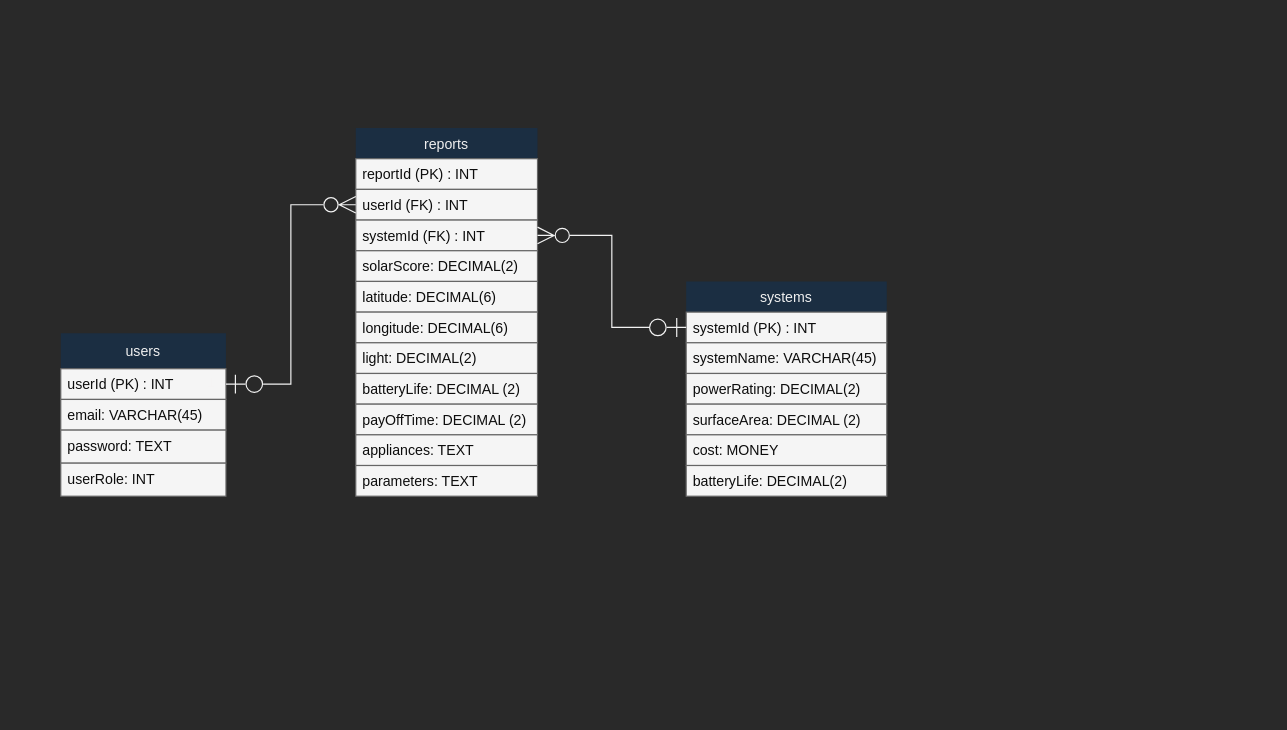
COS301-SE-2023/Blue-Skies keeps this draw.io diagram as docs/database/uml.drawio. Above is the earlier version. Source tidied: cells renumbered, new cells numbered last; positions are measured from the earlier drawing's top-left corner, leaving out a move shared by most shapes. Both pictures are drawn from the tidied source at 118%, with x=0, y=0 at pixel (60, 127).
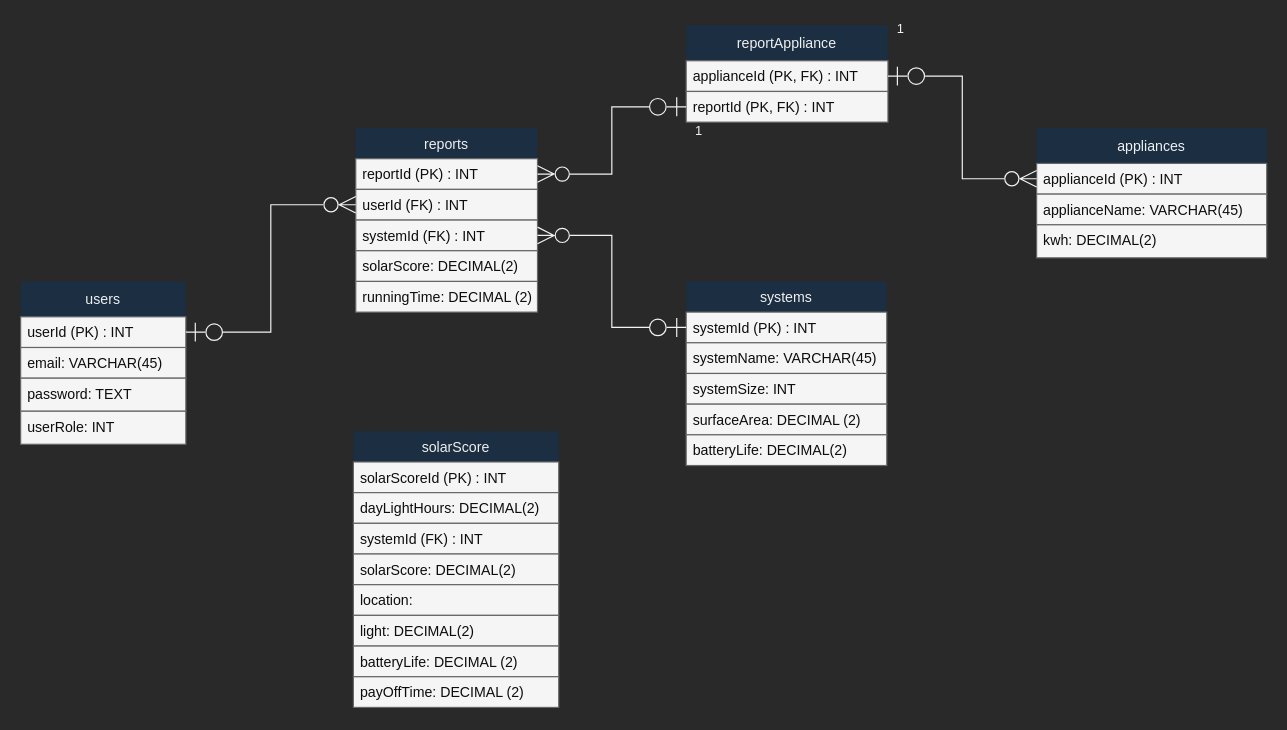
Above is the later version.

The change refers to these unchanged cells:
```xml
<mxCell id="15" value="reportId (PK) : INT" style="text;strokeColor=#666666;fillColor=#f5f5f5;align=left;verticalAlign=top;spacingLeft=4;spacingRight=4;overflow=hidden;points=[[0,0.5],[1,0.5]];portConstraint=eastwest;gradientColor=none;fontColor=#0d0d0d;rounded=0;" parent="14" vertex="1">
  <mxGeometry y="26" width="154" height="26" as="geometry" />
</mxCell>
```

What changed in the source:
```diff
@@
     <mxCell id="2" value="users" style="swimlane;fontStyle=0;horizontal=1;startSize=30;fillColor=#1B2E42;gradientColor=none;strokeColor=none;rounded=0;fontColor=#F0F0F0;" parent="1" vertex="1">
-      <mxGeometry y="174" width="140" height="138" as="geometry" />
+      <mxGeometry x="-34" y="130" width="140" height="138" as="geometry" />
     </mxCell>
@@
     <mxCell id="7" value="systems" style="swimlane;fontStyle=0;horizontal=1;startSize=26;fillColor=#1B2E42;gradientColor=none;strokeColor=none;rounded=0;fontColor=#F0F0F0;" parent="1" vertex="1">
-      <mxGeometry x="530" y="130" width="170" height="182" as="geometry" />
+      <mxGeometry x="530" y="130" width="170" height="156" as="geometry" />
     </mxCell>
@@
-    <mxCell id="10" value="powerRating: DECIMAL(2)" style="text;strokeColor=#666666;fillColor=#f5f5f5;align=left;verticalAlign=top;spacingLeft=4;spacingRight=4;overflow=hidden;gradientColor=none;fontColor=#0d0d0d;rounded=0;" parent="7" vertex="1">
+    <mxCell id="10" value="systemSize: INT" style="text;strokeColor=#666666;fillColor=#f5f5f5;align=left;verticalAlign=top;spacingLeft=4;spacingRight=4;overflow=hidden;gradientColor=none;fontColor=#0d0d0d;rounded=0;" parent="7" vertex="1">
       <mxGeometry y="78" width="170" height="26" as="geometry" />
     </mxCell>
@@
-    <mxCell id="12" value="cost: MONEY" style="text;strokeColor=#666666;fillColor=#f5f5f5;align=left;verticalAlign=top;spacingLeft=4;spacingRight=4;overflow=hidden;gradientColor=none;fontColor=#0d0d0d;rounded=0;" parent="7" vertex="1">
-      <mxGeometry y="130" width="170" height="26" as="geometry" />
-    </mxCell>
     <mxCell id="13" value="batteryLife: DECIMAL(2)" style="text;strokeColor=#666666;fillColor=#f5f5f5;align=left;verticalAlign=top;spacingLeft=4;spacingRight=4;overflow=hidden;gradientColor=none;fontColor=#0d0d0d;rounded=0;" parent="7" vertex="1">
-      <mxGeometry y="156" width="170" height="26" as="geometry" />
+      <mxGeometry y="130" width="170" height="26" as="geometry" />
     </mxCell>
     <mxCell id="14" value="reports" style="swimlane;fontStyle=0;horizontal=1;startSize=26;fillColor=#1B2E42;gradientColor=none;strokeColor=none;rounded=0;fontColor=#F0F0F0;" parent="1" vertex="1">
-      <mxGeometry x="250" width="154" height="312" as="geometry" />
+      <mxGeometry x="250" width="154" height="156" as="geometry" />
     </mxCell>
@@
-    <mxCell id="19" value="latitude: DECIMAL(6)" style="text;strokeColor=#666666;fillColor=#f5f5f5;align=left;verticalAlign=top;spacingLeft=4;spacingRight=4;overflow=hidden;gradientColor=none;fontColor=#0d0d0d;rounded=0;" parent="14" vertex="1">
-      <mxGeometry y="130" width="154" height="26" as="geometry" />
-    </mxCell>
-    <mxCell id="20" value="longitude: DECIMAL(6)" style="text;strokeColor=#666666;fillColor=#f5f5f5;align=left;verticalAlign=top;spacingLeft=4;spacingRight=4;overflow=hidden;gradientColor=none;fontColor=#0d0d0d;rounded=0;" parent="14" vertex="1">
-      <mxGeometry y="156" width="154" height="26" as="geometry" />
-    </mxCell>
-    <mxCell id="21" value="light: DECIMAL(2)" style="text;strokeColor=#666666;fillColor=#f5f5f5;align=left;verticalAlign=top;spacingLeft=4;spacingRight=4;overflow=hidden;gradientColor=none;fontColor=#0d0d0d;rounded=0;" parent="14" vertex="1">
-      <mxGeometry y="182" width="154" height="26" as="geometry" />
-    </mxCell>
-    <mxCell id="22" value="batteryLife: DECIMAL (2)" style="text;strokeColor=#666666;fillColor=#f5f5f5;align=left;verticalAlign=top;spacingLeft=4;spacingRight=4;overflow=hidden;gradientColor=none;fontColor=#0d0d0d;rounded=0;" parent="14" vertex="1">
-      <mxGeometry y="208" width="154" height="26" as="geometry" />
+    <mxCell id="22" value="runningTime: DECIMAL (2)" style="text;strokeColor=#666666;fillColor=#f5f5f5;align=left;verticalAlign=top;spacingLeft=4;spacingRight=4;overflow=hidden;gradientColor=none;fontColor=#0d0d0d;rounded=0;" parent="14" vertex="1">
+      <mxGeometry y="130" width="154" height="26" as="geometry" />
     </mxCell>
-    <mxCell id="23" value="payOffTime: DECIMAL (2)" style="text;strokeColor=#666666;fillColor=#f5f5f5;align=left;verticalAlign=top;spacingLeft=4;spacingRight=4;overflow=hidden;gradientColor=none;fontColor=#0d0d0d;rounded=0;" parent="14" vertex="1">
-      <mxGeometry y="234" width="154" height="26" as="geometry" />
-    </mxCell>
-    <mxCell id="24" value="appliances: TEXT" style="text;strokeColor=#666666;fillColor=#f5f5f5;align=left;verticalAlign=top;spacingLeft=4;spacingRight=4;overflow=hidden;gradientColor=none;fontColor=#0d0d0d;rounded=0;" parent="14" vertex="1">
-      <mxGeometry y="260" width="154" height="26" as="geometry" />
-    </mxCell>
-    <mxCell id="25" value="parameters: TEXT" style="text;strokeColor=#666666;fillColor=#f5f5f5;align=left;verticalAlign=top;spacingLeft=4;spacingRight=4;overflow=hidden;gradientColor=none;fontColor=#0d0d0d;rounded=0;" parent="14" vertex="1">
-      <mxGeometry y="286" width="154" height="26" as="geometry" />
-    </mxCell>
@@
+    <mxCell id="28" value="appliances" style="swimlane;fontStyle=0;horizontal=1;startSize=30;fillColor=#1B2E42;gradientColor=none;strokeColor=none;rounded=0;fontColor=#F0F0F0;" parent="1" vertex="1">
+      <mxGeometry x="827" width="195" height="110" as="geometry" />
+    </mxCell>
+    <mxCell id="29" value="applianceId (PK) : INT" style="text;strokeColor=#666666;fillColor=#f5f5f5;align=left;verticalAlign=top;spacingLeft=4;spacingRight=4;overflow=hidden;points=[[0,0.5],[1,0.5]];portConstraint=eastwest;gradientColor=none;fontColor=#0d0d0d;rounded=0;" parent="28" vertex="1">
+      <mxGeometry y="30" width="195" height="26" as="geometry" />
+    </mxCell>
+    <mxCell id="30" value="applianceName: VARCHAR(45)" style="text;strokeColor=#666666;fillColor=#f5f5f5;align=left;verticalAlign=top;spacingLeft=4;spacingRight=4;overflow=hidden;gradientColor=none;fontColor=#0d0d0d;rounded=0;" parent="28" vertex="1">
+      <mxGeometry y="56" width="195" height="26" as="geometry" />
+    </mxCell>
+    <mxCell id="31" value="kwh: DECIMAL(2)" style="text;strokeColor=#666666;fillColor=#f5f5f5;align=left;verticalAlign=top;spacingLeft=4;spacingRight=4;overflow=hidden;gradientColor=none;fontColor=#0d0d0d;rounded=0;" parent="28" vertex="1">
+      <mxGeometry y="82" width="195" height="28" as="geometry" />
+    </mxCell>
+    <mxCell id="32" value="reportAppliance" style="swimlane;fontStyle=0;horizontal=1;startSize=30;fillColor=#1B2E42;gradientColor=none;strokeColor=none;rounded=0;fontColor=#F0F0F0;" parent="1" vertex="1">
+      <mxGeometry x="530" y="-87" width="171" height="82" as="geometry" />
+    </mxCell>
+    <mxCell id="33" value="applianceId (PK, FK) : INT" style="text;strokeColor=#666666;fillColor=#f5f5f5;align=left;verticalAlign=top;spacingLeft=4;spacingRight=4;overflow=hidden;points=[[0,0.5],[1,0.5]];portConstraint=eastwest;gradientColor=none;fontColor=#0d0d0d;rounded=0;" parent="32" vertex="1">
+      <mxGeometry y="30" width="171" height="26" as="geometry" />
+    </mxCell>
+    <mxCell id="34" value="reportId (PK, FK) : INT" style="text;strokeColor=#666666;fillColor=#f5f5f5;align=left;verticalAlign=top;spacingLeft=4;spacingRight=4;overflow=hidden;points=[[0,0.5],[1,0.5]];portConstraint=eastwest;gradientColor=none;fontColor=#0d0d0d;rounded=0;" parent="32" vertex="1">
+      <mxGeometry y="56" width="171" height="26" as="geometry" />
+    </mxCell>
+    <mxCell id="35" value="1" style="endArrow=ERzeroToMany;html=1;endSize=12;startArrow=ERzeroToOne;startSize=14;startFill=0;edgeStyle=orthogonalEdgeStyle;align=left;verticalAlign=bottom;fillColor=#f5f5f5;gradientColor=#b3b3b3;strokeColor=#f2f2f2;fontColor=#f5f4f4;labelBackgroundColor=none;rounded=0;endFill=0;exitX=0;exitY=0.5;exitDx=0;exitDy=0;" parent="1" edge="1" source="34" target="15">
+      <mxGeometry x="-1" y="30" relative="1" as="geometry">
+        <mxPoint x="6" y="-1" as="offset" />
+      </mxGeometry>
+    </mxCell>
+    <mxCell id="36" value="1" style="endArrow=ERzeroToMany;html=1;endSize=12;startArrow=ERzeroToOne;startSize=14;startFill=0;edgeStyle=orthogonalEdgeStyle;align=left;verticalAlign=bottom;fillColor=#f5f5f5;gradientColor=#b3b3b3;strokeColor=#f2f2f2;fontColor=#f5f4f4;labelBackgroundColor=none;rounded=0;endFill=0;entryX=0;entryY=0.5;entryDx=0;entryDy=0;exitX=1;exitY=0.5;exitDx=0;exitDy=0;" parent="1" edge="1" source="33" target="29">
+      <mxGeometry x="-1" y="30" relative="1" as="geometry">
+        <mxPoint x="6" y="-1" as="offset" />
+      </mxGeometry>
+    </mxCell>
+    <mxCell id="37" value="solarScore" style="swimlane;fontStyle=0;horizontal=1;startSize=26;fillColor=#1B2E42;gradientColor=none;strokeColor=none;rounded=0;fontColor=#F0F0F0;" parent="1" vertex="1">
+      <mxGeometry x="248" y="257" width="174" height="234" as="geometry" />
+    </mxCell>
+    <mxCell id="38" value="solarScoreId (PK) : INT" style="text;strokeColor=#666666;fillColor=#f5f5f5;align=left;verticalAlign=top;spacingLeft=4;spacingRight=4;overflow=hidden;gradientColor=none;fontColor=#0d0d0d;rounded=0;" parent="37" vertex="1">
+      <mxGeometry y="26" width="174" height="26" as="geometry" />
+    </mxCell>
+    <mxCell id="39" value="dayLightHours: DECIMAL(2)" style="text;strokeColor=#666666;fillColor=#f5f5f5;align=left;verticalAlign=top;spacingLeft=4;spacingRight=4;overflow=hidden;gradientColor=none;fontColor=#0d0d0d;rounded=0;" parent="37" vertex="1">
+      <mxGeometry y="52" width="174" height="26" as="geometry" />
+    </mxCell>
+    <mxCell id="40" value="systemId (FK) : INT" style="text;strokeColor=#666666;fillColor=#f5f5f5;align=left;verticalAlign=top;spacingLeft=4;spacingRight=4;overflow=hidden;gradientColor=none;fontColor=#0d0d0d;rounded=0;" parent="37" vertex="1">
+      <mxGeometry y="78" width="174" height="26" as="geometry" />
+    </mxCell>
+    <mxCell id="41" value="solarScore: DECIMAL(2)" style="text;strokeColor=#666666;fillColor=#f5f5f5;align=left;verticalAlign=top;spacingLeft=4;spacingRight=4;overflow=hidden;gradientColor=none;fontColor=#0d0d0d;rounded=0;" parent="37" vertex="1">
+      <mxGeometry y="104" width="174" height="26" as="geometry" />
+    </mxCell>
+    <mxCell id="42" value="location:" style="text;strokeColor=#666666;fillColor=#f5f5f5;align=left;verticalAlign=top;spacingLeft=4;spacingRight=4;overflow=hidden;gradientColor=none;fontColor=#0d0d0d;rounded=0;" parent="37" vertex="1">
+      <mxGeometry y="130" width="174" height="26" as="geometry" />
+    </mxCell>
+    <mxCell id="21" value="light: DECIMAL(2)" style="text;strokeColor=#666666;fillColor=#f5f5f5;align=left;verticalAlign=top;spacingLeft=4;spacingRight=4;overflow=hidden;gradientColor=none;fontColor=#0d0d0d;rounded=0;" parent="37" vertex="1">
+      <mxGeometry y="156" width="174" height="26" as="geometry" />
+    </mxCell>
+    <mxCell id="43" value="batteryLife: DECIMAL (2)" style="text;strokeColor=#666666;fillColor=#f5f5f5;align=left;verticalAlign=top;spacingLeft=4;spacingRight=4;overflow=hidden;gradientColor=none;fontColor=#0d0d0d;rounded=0;" parent="37" vertex="1">
+      <mxGeometry y="182" width="174" height="26" as="geometry" />
+    </mxCell>
+    <mxCell id="23" value="payOffTime: DECIMAL (2)" style="text;strokeColor=#666666;fillColor=#f5f5f5;align=left;verticalAlign=top;spacingLeft=4;spacingRight=4;overflow=hidden;gradientColor=none;fontColor=#0d0d0d;rounded=0;" parent="37" vertex="1">
+      <mxGeometry y="208" width="174" height="26" as="geometry" />
+    </mxCell>
```
